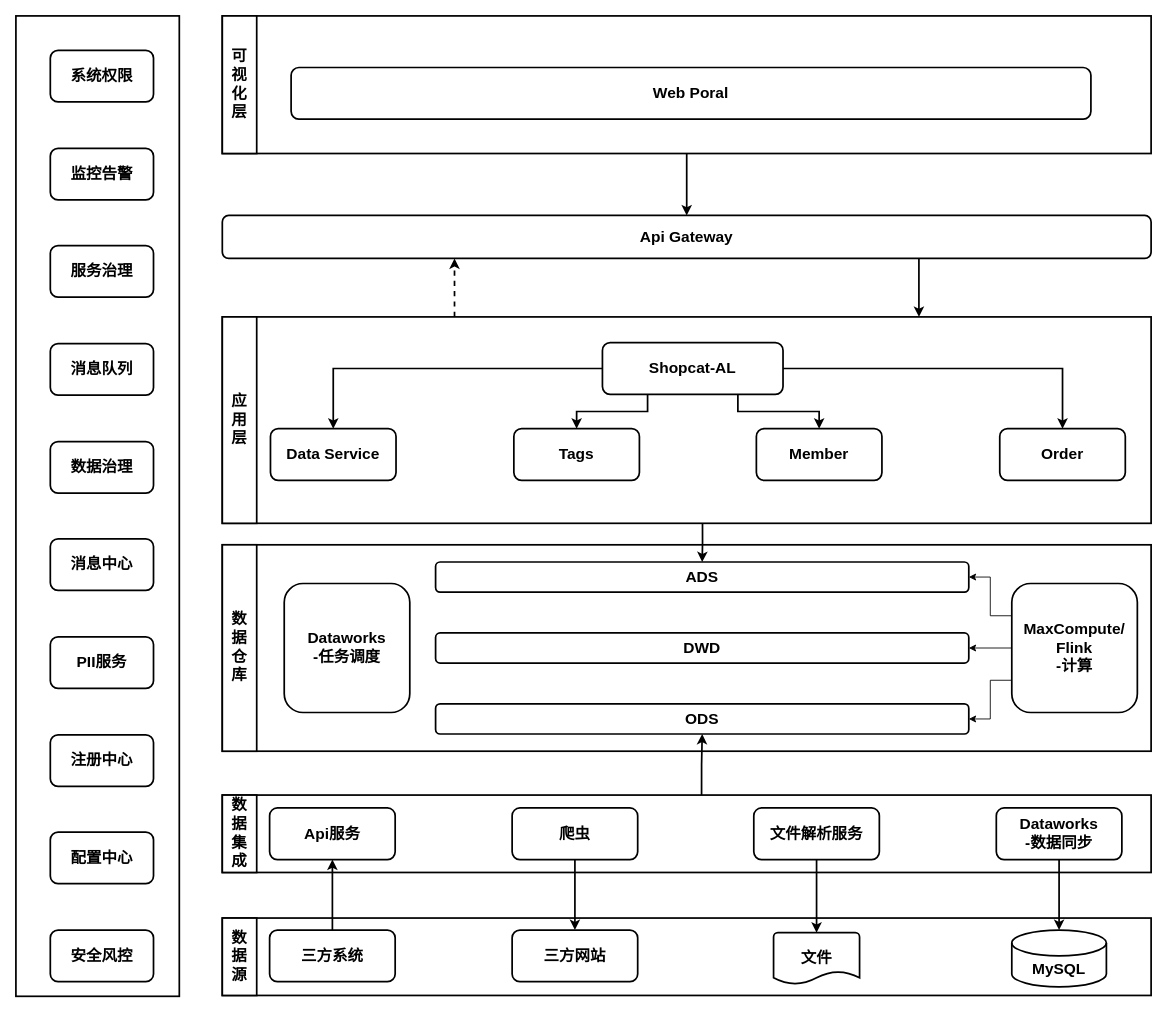
This is page "BBI&CRM融合架构" (16 of 16) of indicator-platform.drawio from jackie-thank/beego-authz, a draw.io file, before an edit. Source tidied: cells renumbered, new cells numbered last; positions are measured from the earlier drawing's top-left corner, leaving out a move shared by most shapes. Both pictures are drawn from the tidied source at 86%, with x=0, y=0 at pixel (15, 15).
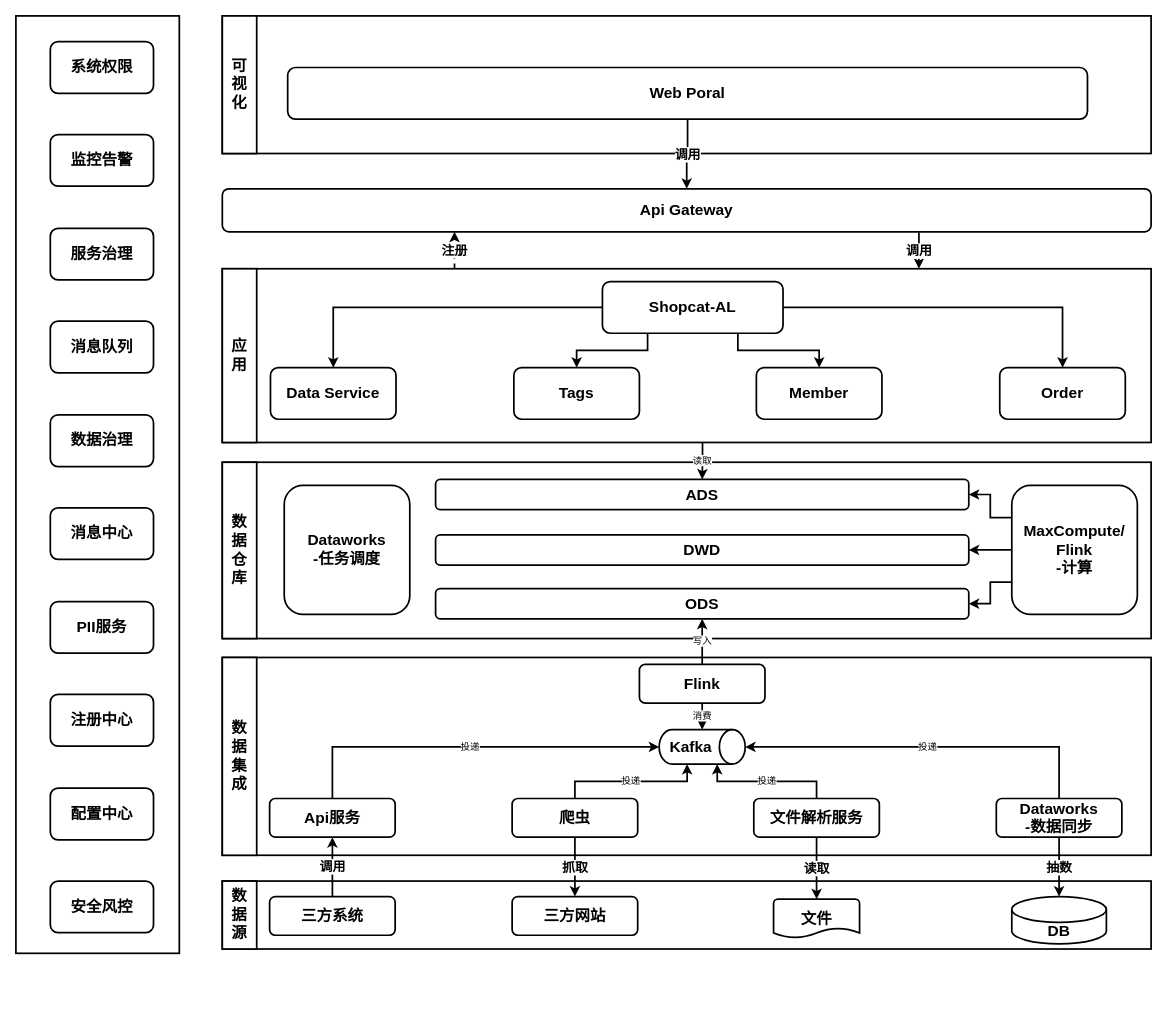
After the change.

Unchanged cells that the change refers to:
```xml
<mxCell id="3" style="rounded=0;whiteSpace=wrap;html=1;strokeWidth=2;" parent="1" vertex="1">
  <mxGeometry x="240" width="1080" height="160" as="geometry" />
</mxCell>
```

The edit, as a diff of the source:
```diff
@@
-    <mxCell id="2" style="edgeStyle=orthogonalEdgeStyle;rounded=0;jettySize=auto;html=1;exitX=0.5;exitY=1;exitDx=0;exitDy=0;strokeWidth=2;" parent="1" edge="1" source="3" target="14">
-      <mxGeometry relative="1" as="geometry" />
-    </mxCell>
@@
     <mxCell id="4" style="rounded=0;whiteSpace=wrap;html=1;strokeWidth=2;" parent="1" vertex="1">
-      <mxGeometry width="190" height="1140" as="geometry" />
+      <mxGeometry width="190" height="1090" as="geometry" />
     </mxCell>
     <mxCell id="5" style="rounded=0;whiteSpace=wrap;html=1;strokeWidth=2;" parent="1" vertex="1">
-      <mxGeometry x="240" y="615" width="1080" height="240" as="geometry" />
+      <mxGeometry x="240" y="519" width="1080" height="205" as="geometry" />
     </mxCell>
-    <mxCell id="6" style="edgeStyle=orthogonalEdgeStyle;rounded=0;jettySize=auto;html=1;exitX=0.517;exitY=1.002;exitDx=0;exitDy=0;exitPerimeter=0;strokeWidth=2;" parent="1" edge="1" source="8" target="25">
+    <mxCell id="6" value="读取" style="edgeStyle=orthogonalEdgeStyle;rounded=0;jettySize=auto;html=1;exitX=0.517;exitY=1.002;exitDx=0;exitDy=0;exitPerimeter=0;strokeWidth=2;" parent="1" edge="1" source="8" target="25">
       <mxGeometry relative="1" as="geometry" />
     </mxCell>
-    <mxCell id="7" style="edgeStyle=orthogonalEdgeStyle;rounded=0;jettySize=auto;html=1;exitX=0.25;exitY=0;exitDx=0;exitDy=0;entryX=0.25;entryY=1;entryDx=0;entryDy=0;fontSize=15;fontStyle=1;strokeWidth=2;dashed=1;" parent="1" edge="1" source="8" target="14">
+    <mxCell id="7" value="注册" style="edgeStyle=orthogonalEdgeStyle;rounded=0;jettySize=auto;html=1;exitX=0.25;exitY=0;exitDx=0;exitDy=0;entryX=0.25;entryY=1;entryDx=0;entryDy=0;fontSize=15;fontStyle=1;strokeWidth=2;dashed=1;" parent="1" edge="1" source="8" target="14">
       <mxGeometry relative="1" as="geometry" />
     </mxCell>
     <mxCell id="8" style="rounded=0;whiteSpace=wrap;html=1;strokeWidth=2;" parent="1" vertex="1">
-      <mxGeometry x="240" y="350" width="1080" height="240" as="geometry" />
+      <mxGeometry x="240" y="294" width="1080" height="202" as="geometry" />
     </mxCell>
     <mxCell id="9" value="Member" style="rounded=1;whiteSpace=wrap;html=1;strokeWidth=2;fontSize=18;fontStyle=1;" parent="1" vertex="1">
-      <mxGeometry x="861" y="480" width="146" height="60" as="geometry" />
+      <mxGeometry x="861" y="409" width="146" height="60" as="geometry" />
     </mxCell>
     <mxCell id="10" value="Order" style="rounded=1;whiteSpace=wrap;html=1;strokeWidth=2;fontSize=18;fontStyle=1;" parent="1" vertex="1">
-      <mxGeometry x="1144" y="480" width="146" height="60" as="geometry" />
+      <mxGeometry x="1144" y="409" width="146" height="60" as="geometry" />
     </mxCell>
     <mxCell id="11" value="Tags" style="rounded=1;whiteSpace=wrap;html=1;strokeWidth=2;fontSize=18;fontStyle=1;" parent="1" vertex="1">
-      <mxGeometry x="579" y="480" width="146" height="60" as="geometry" />
+      <mxGeometry x="579" y="409" width="146" height="60" as="geometry" />
     </mxCell>
     <mxCell id="12" value="Data Service" style="rounded=1;whiteSpace=wrap;html=1;strokeWidth=2;fontSize=18;fontStyle=1;" parent="1" vertex="1">
-      <mxGeometry x="296" y="480" width="146" height="60" as="geometry" />
+      <mxGeometry x="296" y="409" width="146" height="60" as="geometry" />
     </mxCell>
-    <mxCell id="13" style="edgeStyle=orthogonalEdgeStyle;rounded=0;jettySize=auto;html=1;exitX=0.75;exitY=1;exitDx=0;exitDy=0;entryX=0.75;entryY=0;entryDx=0;entryDy=0;strokeWidth=2;" parent="1" edge="1" source="14" target="8">
+    <mxCell id="13" value="调用" style="edgeStyle=orthogonalEdgeStyle;rounded=0;jettySize=auto;html=1;exitX=0.75;exitY=1;exitDx=0;exitDy=0;entryX=0.75;entryY=0;entryDx=0;entryDy=0;strokeWidth=2;fontSize=15;fontStyle=1;" parent="1" edge="1" source="14" target="8">
       <mxGeometry relative="1" as="geometry" />
     </mxCell>
     <mxCell id="14" value="Api Gateway" style="rounded=1;whiteSpace=wrap;html=1;strokeWidth=2;fontSize=18;fontStyle=1;" parent="1" vertex="1">
-      <mxGeometry x="240" y="232" width="1080" height="50" as="geometry" />
+      <mxGeometry x="240" y="201" width="1080" height="50" as="geometry" />
     </mxCell>
     <mxCell id="15" value="ODS" style="rounded=1;whiteSpace=wrap;html=1;strokeWidth=2;fontSize=18;fontStyle=1;" parent="1" vertex="1">
-      <mxGeometry x="488" y="800" width="620" height="35" as="geometry" />
+      <mxGeometry x="488" y="666" width="620" height="35" as="geometry" />
     </mxCell>
@@
     <mxCell id="20" value="Shopcat-AL" style="rounded=1;whiteSpace=wrap;html=1;strokeWidth=2;fontSize=18;fontStyle=1;" parent="1" vertex="1">
-      <mxGeometry x="682" y="380" width="210" height="60" as="geometry" />
+      <mxGeometry x="682" y="309" width="210" height="60" as="geometry" />
     </mxCell>
     <mxCell id="21" value="系统权限" style="rounded=1;whiteSpace=wrap;html=1;strokeWidth=2;fontSize=18;fontStyle=1;" parent="1" vertex="1">
-      <mxGeometry x="40" y="40" width="120" height="60" as="geometry" />
+      <mxGeometry x="40" y="30" width="120" height="60" as="geometry" />
     </mxCell>
     <mxCell id="22" value="监控告警" style="rounded=1;whiteSpace=wrap;html=1;strokeWidth=2;fontSize=18;fontStyle=1;" parent="1" vertex="1">
-      <mxGeometry x="40" y="154" width="120" height="60" as="geometry" />
+      <mxGeometry x="40" y="138" width="120" height="60" as="geometry" />
     </mxCell>
     <mxCell id="23" value="服务治理" style="rounded=1;whiteSpace=wrap;html=1;strokeWidth=2;fontSize=18;fontStyle=1;" parent="1" vertex="1">
-      <mxGeometry x="40" y="267" width="120" height="60" as="geometry" />
+      <mxGeometry x="40" y="247" width="120" height="60" as="geometry" />
     </mxCell>
     <mxCell id="24" value="DWD" style="rounded=1;whiteSpace=wrap;html=1;strokeWidth=2;fontSize=18;fontStyle=1;" parent="1" vertex="1">
-      <mxGeometry x="488" y="717.5" width="620" height="35" as="geometry" />
+      <mxGeometry x="488" y="603.5" width="620" height="35" as="geometry" />
     </mxCell>
     <mxCell id="25" value="ADS" style="rounded=1;whiteSpace=wrap;html=1;strokeWidth=2;fontSize=18;fontStyle=1;" parent="1" vertex="1">
-      <mxGeometry x="488" y="635" width="620" height="35" as="geometry" />
+      <mxGeometry x="488" y="539" width="620" height="35" as="geometry" />
     </mxCell>
-    <mxCell id="26" style="edgeStyle=orthogonalEdgeStyle;rounded=0;jettySize=auto;html=1;exitX=0.516;exitY=0.01;exitDx=0;exitDy=0;exitPerimeter=0;strokeWidth=2;" parent="1" edge="1" source="27" target="15">
-      <mxGeometry relative="1" as="geometry" />
-    </mxCell>
     <mxCell id="27" style="rounded=0;whiteSpace=wrap;html=1;strokeWidth=2;" parent="1" vertex="1">
-      <mxGeometry x="240" y="906" width="1080" height="90" as="geometry" />
+      <mxGeometry x="240" y="746" width="1080" height="230" as="geometry" />
     </mxCell>
     <mxCell id="28" value="&lt;div&gt;Dataworks&lt;/div&gt;&lt;div&gt;-数据同步&lt;/div&gt;" style="rounded=1;whiteSpace=wrap;html=1;strokeWidth=2;fontSize=18;fontStyle=1;" parent="1" vertex="1">
-      <mxGeometry x="1140" y="921" width="146" height="60" as="geometry" />
+      <mxGeometry x="1140" y="910" width="146" height="45" as="geometry" />
     </mxCell>
     <mxCell id="29" value="&lt;div style=&quot;font-size: 18px;&quot;&gt;数&lt;/div&gt;&lt;div style=&quot;font-size: 18px;&quot;&gt;据&lt;/div&gt;&lt;div style=&quot;font-size: 18px;&quot;&gt;集&lt;/div&gt;&lt;div style=&quot;font-size: 18px;&quot;&gt;成&lt;/div&gt;" style="rounded=0;whiteSpace=wrap;html=1;strokeWidth=2;fontSize=18;fontStyle=1;" parent="1" vertex="1">
-      <mxGeometry x="240" y="906" width="40" height="90" as="geometry" />
+      <mxGeometry x="240" y="746" width="40" height="230" as="geometry" />
     </mxCell>
     <mxCell id="30" style="rounded=0;whiteSpace=wrap;html=1;strokeWidth=2;" parent="1" vertex="1">
-      <mxGeometry x="240" y="1049" width="1080" height="90" as="geometry" />
+      <mxGeometry x="240" y="1006" width="1080" height="79" as="geometry" />
     </mxCell>
     <mxCell id="31" value="&lt;div&gt;数&lt;/div&gt;&lt;div&gt;据&lt;/div&gt;&lt;div&gt;源&lt;/div&gt;" style="rounded=0;whiteSpace=wrap;html=1;strokeWidth=2;fontSize=18;fontStyle=1;" parent="1" vertex="1">
-      <mxGeometry x="240" y="1049" width="40" height="90" as="geometry" />
+      <mxGeometry x="240" y="1006" width="40" height="79" as="geometry" />
     </mxCell>
     <mxCell id="32" value="&lt;div style=&quot;font-size: 18px;&quot;&gt;数&lt;/div&gt;&lt;div style=&quot;font-size: 18px;&quot;&gt;据&lt;/div&gt;&lt;div style=&quot;font-size: 18px;&quot;&gt;仓&lt;/div&gt;&lt;div style=&quot;font-size: 18px;&quot;&gt;库&lt;/div&gt;" style="rounded=0;whiteSpace=wrap;html=1;strokeWidth=2;fontSize=18;fontStyle=1;" parent="1" vertex="1">
-      <mxGeometry x="240" y="615" width="40" height="240" as="geometry" />
+      <mxGeometry x="240" y="519" width="40" height="205" as="geometry" />
     </mxCell>
-    <mxCell id="33" value="MySQL" style="shape=cylinder3;whiteSpace=wrap;html=1;boundedLbl=1;backgroundOutline=1;size=15;strokeWidth=2;fontSize=18;fontStyle=1;" parent="1" vertex="1">
-      <mxGeometry x="1158" y="1063" width="110" height="66" as="geometry" />
+    <mxCell id="33" value="DB" style="shape=cylinder3;whiteSpace=wrap;html=1;boundedLbl=1;backgroundOutline=1;size=15;strokeWidth=2;fontSize=18;fontStyle=1;" parent="1" vertex="1">
+      <mxGeometry x="1158" y="1024" width="110" height="55" as="geometry" />
     </mxCell>
-    <mxCell id="34" style="edgeStyle=orthogonalEdgeStyle;rounded=0;jettySize=auto;html=1;exitX=0.5;exitY=1;exitDx=0;exitDy=0;entryX=0.5;entryY=0;entryDx=0;entryDy=0;entryPerimeter=0;strokeWidth=2;fontStyle=1;fontSize=15;" parent="1" edge="1" source="28" target="33">
+    <mxCell id="34" value="抽数" style="edgeStyle=orthogonalEdgeStyle;rounded=0;jettySize=auto;html=1;exitX=0.5;exitY=1;exitDx=0;exitDy=0;entryX=0.5;entryY=0;entryDx=0;entryDy=0;entryPerimeter=0;strokeWidth=2;fontStyle=1;fontSize=15;" parent="1" edge="1" source="28" target="33">
       <mxGeometry relative="1" as="geometry" />
     </mxCell>
-    <mxCell id="35" style="edgeStyle=orthogonalEdgeStyle;rounded=0;jettySize=auto;html=1;exitX=0;exitY=0.75;exitDx=0;exitDy=0;" parent="1" edge="1" source="38" target="15">
+    <mxCell id="35" style="edgeStyle=orthogonalEdgeStyle;rounded=0;jettySize=auto;html=1;exitX=0;exitY=0.75;exitDx=0;exitDy=0;strokeWidth=2;" parent="1" edge="1" source="38" target="15">
       <mxGeometry relative="1" as="geometry" />
     </mxCell>
-    <mxCell id="36" style="edgeStyle=orthogonalEdgeStyle;rounded=0;jettySize=auto;html=1;exitX=0;exitY=0.5;exitDx=0;exitDy=0;entryX=1;entryY=0.5;entryDx=0;entryDy=0;" parent="1" edge="1" source="38" target="24">
+    <mxCell id="36" style="edgeStyle=orthogonalEdgeStyle;rounded=0;jettySize=auto;html=1;exitX=0;exitY=0.5;exitDx=0;exitDy=0;entryX=1;entryY=0.5;entryDx=0;entryDy=0;strokeWidth=2;" parent="1" edge="1" source="38" target="24">
       <mxGeometry relative="1" as="geometry" />
     </mxCell>
-    <mxCell id="37" style="edgeStyle=orthogonalEdgeStyle;rounded=0;jettySize=auto;html=1;exitX=0;exitY=0.25;exitDx=0;exitDy=0;" parent="1" edge="1" source="38" target="25">
+    <mxCell id="37" style="edgeStyle=orthogonalEdgeStyle;rounded=0;jettySize=auto;html=1;exitX=0;exitY=0.25;exitDx=0;exitDy=0;strokeWidth=2;" parent="1" edge="1" source="38" target="25">
       <mxGeometry relative="1" as="geometry" />
     </mxCell>
     <mxCell id="38" value="&lt;div&gt;MaxCompute/&lt;/div&gt;&lt;div&gt;Flink&lt;/div&gt;&lt;div&gt;-计算&lt;br&gt;&lt;/div&gt;" style="rounded=1;whiteSpace=wrap;html=1;strokeWidth=2;fontSize=18;fontStyle=1;" parent="1" vertex="1">
-      <mxGeometry x="1158" y="660" width="146" height="150" as="geometry" />
+      <mxGeometry x="1158" y="546" width="146" height="150" as="geometry" />
     </mxCell>
     <mxCell id="39" value="&lt;div&gt;Dataworks&lt;/div&gt;&lt;div&gt;-任务调度&lt;br&gt;&lt;/div&gt;" style="rounded=1;whiteSpace=wrap;html=1;strokeWidth=2;fontSize=18;fontStyle=1;" parent="1" vertex="1">
-      <mxGeometry x="312" y="660" width="146" height="150" as="geometry" />
+      <mxGeometry x="312" y="546" width="146" height="150" as="geometry" />
     </mxCell>
     <mxCell id="40" value="数据治理" style="rounded=1;whiteSpace=wrap;html=1;strokeWidth=2;fontSize=18;fontStyle=1;" parent="1" vertex="1">
-      <mxGeometry x="40" y="495" width="120" height="60" as="geometry" />
+      <mxGeometry x="40" y="464" width="120" height="60" as="geometry" />
     </mxCell>
-    <mxCell id="41" value="&lt;div&gt;应&lt;/div&gt;&lt;div&gt;用&lt;/div&gt;&lt;div&gt;层&lt;br&gt;&lt;/div&gt;" style="rounded=0;whiteSpace=wrap;html=1;strokeWidth=2;fontSize=18;fontStyle=1;" parent="1" vertex="1">
-      <mxGeometry x="240" y="350" width="40" height="240" as="geometry" />
+    <mxCell id="41" value="&lt;div&gt;应&lt;/div&gt;&lt;div&gt;用&lt;/div&gt;" style="rounded=0;whiteSpace=wrap;html=1;strokeWidth=2;fontSize=18;fontStyle=1;" parent="1" vertex="1">
+      <mxGeometry x="240" y="294" width="40" height="202" as="geometry" />
     </mxCell>
     <mxCell id="42" value="安全风控" style="rounded=1;whiteSpace=wrap;html=1;strokeWidth=2;fontSize=18;fontStyle=1;" parent="1" vertex="1">
-      <mxGeometry x="40" y="1063" width="120" height="60" as="geometry" />
+      <mxGeometry x="40" y="1006" width="120" height="60" as="geometry" />
     </mxCell>
     <mxCell id="43" value="文件" style="strokeWidth=2;html=1;shape=mxgraph.flowchart.document2;whiteSpace=wrap;size=0.25;fontSize=18;fontStyle=1;" parent="1" vertex="1">
-      <mxGeometry x="881" y="1066" width="100" height="60" as="geometry" />
+      <mxGeometry x="881" y="1027" width="100" height="45" as="geometry" />
     </mxCell>
     <mxCell id="44" value="文件解析服务" style="rounded=1;whiteSpace=wrap;html=1;strokeWidth=2;fontSize=18;fontStyle=1;" parent="1" vertex="1">
-      <mxGeometry x="858" y="921" width="146" height="60" as="geometry" />
+      <mxGeometry x="858" y="910" width="146" height="45" as="geometry" />
     </mxCell>
-    <mxCell id="45" style="edgeStyle=orthogonalEdgeStyle;rounded=0;jettySize=auto;html=1;exitX=0.5;exitY=1;exitDx=0;exitDy=0;strokeWidth=2;fontStyle=1;fontSize=15;" parent="1" edge="1" source="46" target="51">
+    <mxCell id="45" value="抓取" style="edgeStyle=orthogonalEdgeStyle;rounded=0;jettySize=auto;html=1;exitX=0.5;exitY=1;exitDx=0;exitDy=0;strokeWidth=2;fontStyle=1;fontSize=15;" parent="1" edge="1" source="46" target="51">
       <mxGeometry relative="1" as="geometry" />
     </mxCell>
     <mxCell id="46" value="爬虫" style="rounded=1;whiteSpace=wrap;html=1;strokeWidth=2;fontSize=18;fontStyle=1;" parent="1" vertex="1">
-      <mxGeometry x="577" y="921" width="146" height="60" as="geometry" />
+      <mxGeometry x="577" y="910" width="146" height="45" as="geometry" />
     </mxCell>
     <mxCell id="47" value="Api服务" style="rounded=1;whiteSpace=wrap;html=1;strokeWidth=2;fontSize=18;fontStyle=1;" parent="1" vertex="1">
-      <mxGeometry x="295" y="921" width="146" height="60" as="geometry" />
+      <mxGeometry x="295" y="910" width="146" height="45" as="geometry" />
     </mxCell>
-    <mxCell id="48" style="edgeStyle=orthogonalEdgeStyle;rounded=0;jettySize=auto;html=1;exitX=0.5;exitY=1;exitDx=0;exitDy=0;entryX=0.5;entryY=0;entryDx=0;entryDy=0;entryPerimeter=0;strokeWidth=2;fontStyle=1;fontSize=15;" parent="1" edge="1" source="44" target="43">
+    <mxCell id="48" value="读取" style="edgeStyle=orthogonalEdgeStyle;rounded=0;jettySize=auto;html=1;exitX=0.5;exitY=1;exitDx=0;exitDy=0;entryX=0.5;entryY=0;entryDx=0;entryDy=0;entryPerimeter=0;strokeWidth=2;fontStyle=1;fontSize=15;" parent="1" edge="1" source="44" target="43">
       <mxGeometry relative="1" as="geometry" />
     </mxCell>
-    <mxCell id="49" style="edgeStyle=orthogonalEdgeStyle;rounded=0;jettySize=auto;html=1;exitX=0.5;exitY=0;exitDx=0;exitDy=0;entryX=0.5;entryY=1;entryDx=0;entryDy=0;strokeWidth=2;fontStyle=1;fontSize=15;" parent="1" edge="1" source="50" target="47">
+    <mxCell id="49" value="调用" style="edgeStyle=orthogonalEdgeStyle;rounded=0;jettySize=auto;html=1;exitX=0.5;exitY=0;exitDx=0;exitDy=0;entryX=0.5;entryY=1;entryDx=0;entryDy=0;strokeWidth=2;fontStyle=1;fontSize=15;" parent="1" edge="1" source="50" target="47">
       <mxGeometry relative="1" as="geometry" />
     </mxCell>
     <mxCell id="50" value="三方系统" style="rounded=1;whiteSpace=wrap;html=1;strokeWidth=2;fontSize=18;fontStyle=1;" parent="1" vertex="1">
-      <mxGeometry x="295" y="1063" width="146" height="60" as="geometry" />
+      <mxGeometry x="295" y="1024" width="146" height="45" as="geometry" />
     </mxCell>
     <mxCell id="51" value="三方网站" style="rounded=1;whiteSpace=wrap;html=1;strokeWidth=2;fontSize=18;fontStyle=1;" parent="1" vertex="1">
-      <mxGeometry x="577" y="1063" width="146" height="60" as="geometry" />
+      <mxGeometry x="577" y="1024" width="146" height="45" as="geometry" />
     </mxCell>
     <mxCell id="52" value="注册中心" style="rounded=1;whiteSpace=wrap;html=1;strokeWidth=2;fontSize=18;fontStyle=1;" parent="1" vertex="1">
-      <mxGeometry x="40" y="836" width="120" height="60" as="geometry" />
+      <mxGeometry x="40" y="789" width="120" height="60" as="geometry" />
     </mxCell>
     <mxCell id="53" value="配置中心" style="rounded=1;whiteSpace=wrap;html=1;strokeWidth=2;fontSize=18;fontStyle=1;" parent="1" vertex="1">
-      <mxGeometry x="40" y="949" width="120" height="60" as="geometry" />
+      <mxGeometry x="40" y="898" width="120" height="60" as="geometry" />
     </mxCell>
-    <mxCell id="54" value="&lt;div&gt;可&lt;/div&gt;&lt;div&gt;视&lt;/div&gt;&lt;div&gt;化&lt;/div&gt;&lt;div&gt;层&lt;/div&gt;" style="rounded=0;whiteSpace=wrap;html=1;strokeWidth=2;fontSize=18;fontStyle=1;" parent="1" vertex="1">
+    <mxCell id="54" value="&lt;div&gt;可&lt;/div&gt;&lt;div&gt;视&lt;/div&gt;&lt;div&gt;化&lt;/div&gt;" style="rounded=0;whiteSpace=wrap;html=1;strokeWidth=2;fontSize=18;fontStyle=1;" parent="1" vertex="1">
       <mxGeometry x="240" width="40" height="160" as="geometry" />
     </mxCell>
     <mxCell id="55" value="&lt;div&gt;Web Poral&lt;br&gt;&lt;/div&gt;" style="rounded=1;whiteSpace=wrap;html=1;strokeWidth=2;fontSize=18;fontStyle=1;" parent="1" vertex="1">
-      <mxGeometry x="320" y="60" width="930" height="60" as="geometry" />
+      <mxGeometry x="316" y="60" width="930" height="60" as="geometry" />
     </mxCell>
     <mxCell id="56" value="消息队列" style="rounded=1;whiteSpace=wrap;html=1;strokeWidth=2;fontSize=18;fontStyle=1;" parent="1" vertex="1">
-      <mxGeometry x="40" y="381" width="120" height="60" as="geometry" />
+      <mxGeometry x="40" y="355" width="120" height="60" as="geometry" />
     </mxCell>
     <mxCell id="57" value="消息中心" style="rounded=1;whiteSpace=wrap;html=1;strokeWidth=2;fontSize=18;fontStyle=1;" parent="1" vertex="1">
-      <mxGeometry x="40" y="608" width="120" height="60" as="geometry" />
+      <mxGeometry x="40" y="572" width="120" height="60" as="geometry" />
     </mxCell>
     <mxCell id="58" value="PII服务" style="rounded=1;whiteSpace=wrap;html=1;strokeWidth=2;fontSize=18;fontStyle=1;" parent="1" vertex="1">
-      <mxGeometry x="40" y="722" width="120" height="60" as="geometry" />
+      <mxGeometry x="40" y="681" width="120" height="60" as="geometry" />
     </mxCell>
+    <mxCell id="59" style="shape=cylinder3;whiteSpace=wrap;html=1;boundedLbl=1;backgroundOutline=1;size=15;rotation=90;strokeWidth=2;" parent="1" vertex="1">
+      <mxGeometry x="778" y="800" width="40" height="100" as="geometry" />
+    </mxCell>
+    <mxCell id="60" value="消费" style="edgeStyle=orthogonalEdgeStyle;rounded=0;jettySize=auto;html=1;exitX=0.5;exitY=1;exitDx=0;exitDy=0;strokeWidth=2;" parent="1" edge="1" source="61" target="59">
+      <mxGeometry relative="1" as="geometry" />
+    </mxCell>
+    <mxCell id="61" value="Flink" style="rounded=1;whiteSpace=wrap;html=1;strokeWidth=2;fontSize=18;fontStyle=1;" parent="1" vertex="1">
+      <mxGeometry x="725" y="754" width="146" height="45" as="geometry" />
+    </mxCell>
+    <mxCell id="62" value="投递" style="edgeStyle=orthogonalEdgeStyle;rounded=0;jettySize=auto;html=1;exitX=0.5;exitY=0;exitDx=0;exitDy=0;entryX=0.5;entryY=1;entryDx=0;entryDy=0;entryPerimeter=0;strokeWidth=2;" parent="1" edge="1" source="47" target="59">
+      <mxGeometry relative="1" as="geometry" />
+    </mxCell>
+    <mxCell id="63" value="投递" style="edgeStyle=orthogonalEdgeStyle;rounded=0;jettySize=auto;html=1;exitX=0.5;exitY=0;exitDx=0;exitDy=0;entryX=1;entryY=0;entryDx=0;entryDy=67.5;entryPerimeter=0;strokeWidth=2;" parent="1" edge="1" source="46" target="59">
+      <mxGeometry relative="1" as="geometry" />
+    </mxCell>
+    <mxCell id="64" value="投递" style="edgeStyle=orthogonalEdgeStyle;rounded=0;jettySize=auto;html=1;exitX=0.5;exitY=0;exitDx=0;exitDy=0;entryX=1;entryY=0;entryDx=0;entryDy=32.5;entryPerimeter=0;strokeWidth=2;" parent="1" edge="1" source="44" target="59">
+      <mxGeometry relative="1" as="geometry" />
+    </mxCell>
+    <mxCell id="65" value="投递" style="edgeStyle=orthogonalEdgeStyle;rounded=0;jettySize=auto;html=1;exitX=0.5;exitY=0;exitDx=0;exitDy=0;entryX=0.5;entryY=0;entryDx=0;entryDy=0;entryPerimeter=0;strokeWidth=2;" parent="1" edge="1" source="28" target="59">
+      <mxGeometry relative="1" as="geometry" />
+    </mxCell>
+    <mxCell id="66" value="Kafka" style="text;html=1;align=center;verticalAlign=middle;whiteSpace=wrap;rounded=0;fontSize=18;fontStyle=1;strokeWidth=2;" parent="1" vertex="1">
+      <mxGeometry x="755" y="835" width="60" height="30" as="geometry" />
+    </mxCell>
+    <mxCell id="26" value="写入" style="edgeStyle=orthogonalEdgeStyle;rounded=0;jettySize=auto;html=1;strokeWidth=2;exitX=0.5;exitY=0;exitDx=0;exitDy=0;" parent="1" edge="1" source="61" target="15">
+      <mxGeometry relative="1" as="geometry" />
+    </mxCell>
+    <mxCell id="2" value="调用" style="edgeStyle=orthogonalEdgeStyle;rounded=0;jettySize=auto;html=1;exitX=0.5;exitY=1;exitDx=0;exitDy=0;strokeWidth=2;fontSize=15;fontStyle=1;" parent="1" edge="1" source="55" target="14">
+      <mxGeometry relative="1" as="geometry" />
+    </mxCell>
```
